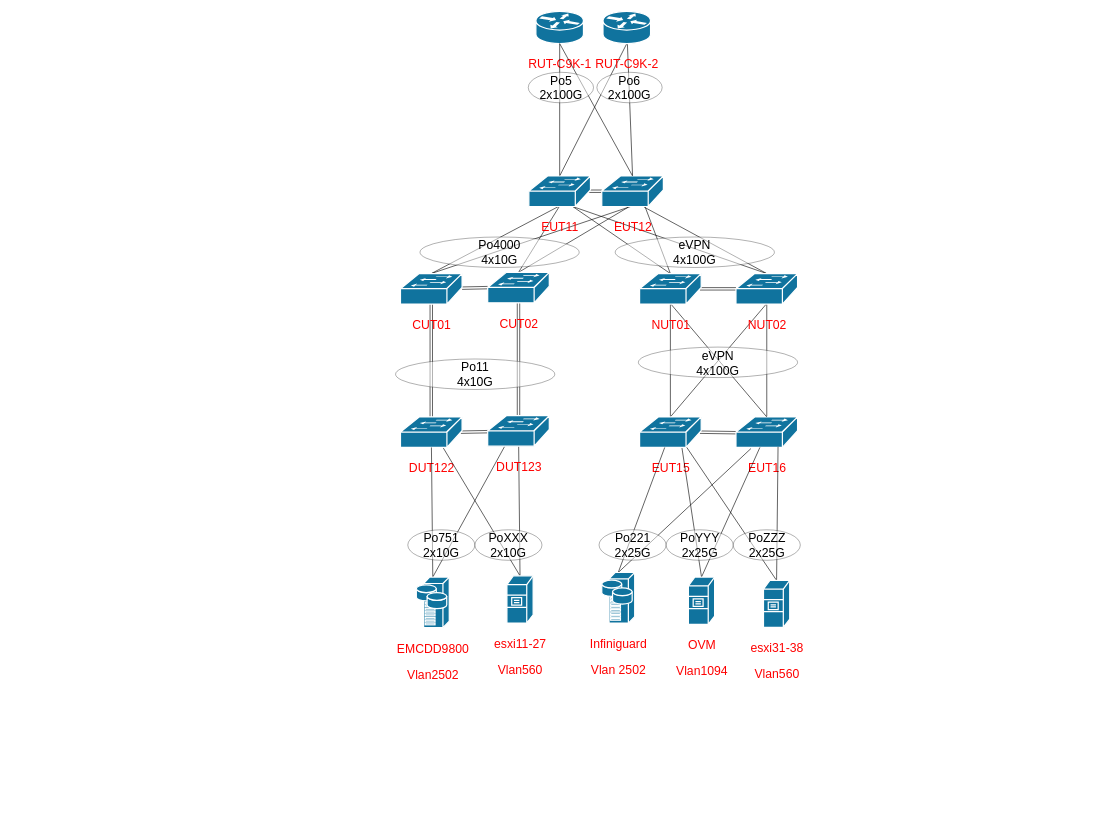
Above: Untitled Diagram.drawio in Kublach/OpenWRT (draw.io), before the change. Source tidied: cells renumbered, new cells numbered last; positions are measured from the earlier drawing's top-left corner, leaving out a move shared by most shapes. Both pictures are drawn from the tidied source at 61%, with x=0, y=0 at pixel (395, 11).
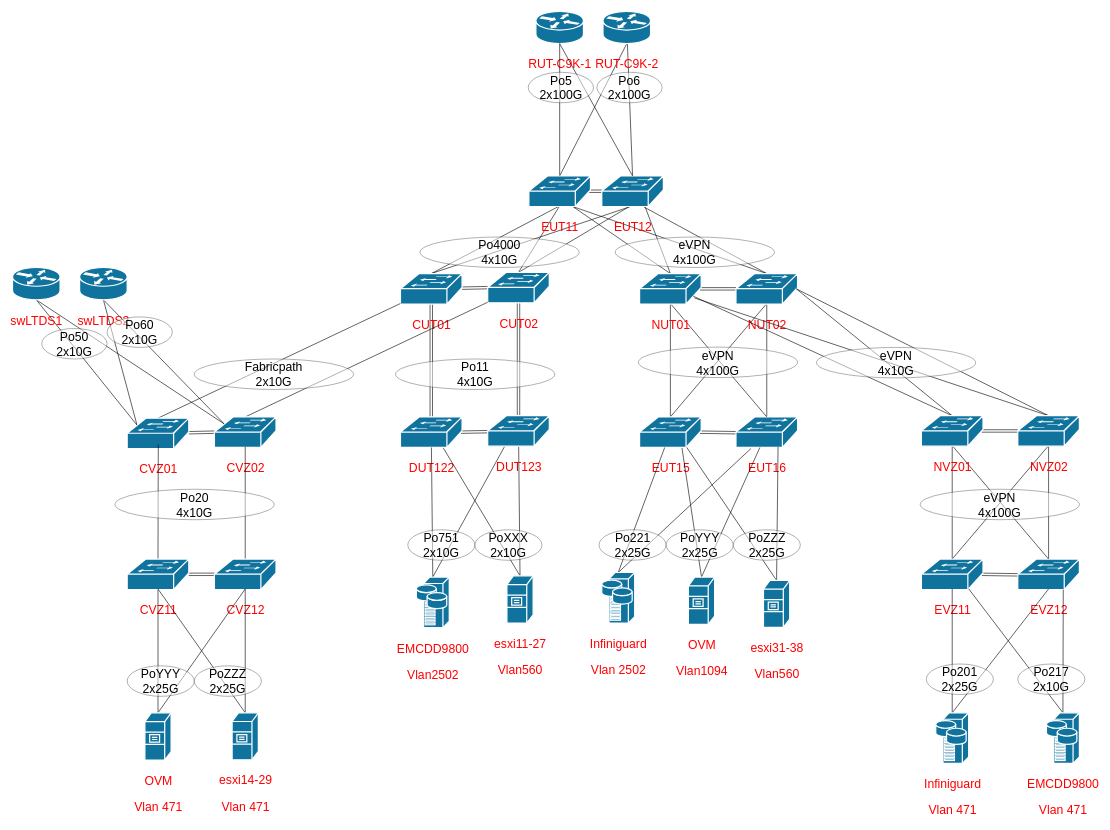
After the change.

The change refers to these unchanged cells:
```xml
<mxCell id="30" value="&lt;span style=&quot;font-size: 20px;&quot;&gt;NUT01&lt;/span&gt;" style="shape=mxgraph.cisco.switches.workgroup_switch;html=1;dashed=0;fillColor=#10739E;strokeColor=#ffffff;strokeWidth=2;verticalLabelPosition=bottom;verticalAlign=top;fontFamily=Helvetica;fontSize=36;fontColor=#FF0000;" parent="1" vertex="1">
  <mxGeometry x="400" y="430" width="101" height="50" as="geometry" />
</mxCell>
<mxCell id="33" value="&lt;span style=&quot;font-size: 20px;&quot;&gt;NUT02&lt;/span&gt;" style="shape=mxgraph.cisco.switches.workgroup_switch;html=1;dashed=0;fillColor=#10739E;strokeColor=#ffffff;strokeWidth=2;verticalLabelPosition=bottom;verticalAlign=top;fontFamily=Helvetica;fontSize=36;fontColor=#FF0000;" parent="1" vertex="1">
  <mxGeometry x="558" y="430" width="101" height="50" as="geometry" />
</mxCell>
<mxCell id="37" value="&lt;font style=&quot;font-size: 20px;&quot;&gt;CUT01&lt;/font&gt;" style="shape=mxgraph.cisco.switches.workgroup_switch;html=1;dashed=0;fillColor=#10739E;strokeColor=#ffffff;strokeWidth=2;verticalLabelPosition=bottom;verticalAlign=top;fontFamily=Helvetica;fontSize=36;fontColor=#FF0000;" parent="1" vertex="1">
  <mxGeometry x="8" y="430" width="101" height="50" as="geometry" />
</mxCell>
<mxCell id="40" value="&lt;span style=&quot;font-size: 20px;&quot;&gt;CUT02&lt;/span&gt;" style="shape=mxgraph.cisco.switches.workgroup_switch;html=1;dashed=0;fillColor=#10739E;strokeColor=#ffffff;strokeWidth=2;verticalLabelPosition=bottom;verticalAlign=top;fontFamily=Helvetica;fontSize=36;fontColor=#FF0000;" parent="1" vertex="1">
  <mxGeometry x="151" y="428" width="101" height="50" as="geometry" />
</mxCell>
```

Diff of the diagram source:
```diff
@@
+    <mxCell id="63" style="edgeStyle=none;shape=link;rounded=0;jettySize=auto;html=1;exitX=0.98;exitY=0.5;exitDx=0;exitDy=0;exitPerimeter=0;entryX=0.086;entryY=0.52;entryDx=0;entryDy=0;entryPerimeter=0;fontSize=20;endArrow=none;endFill=0;fontColor=#FF0000;" parent="1" edge="1" source="66" target="68">
+      <mxGeometry relative="1" as="geometry" />
+    </mxCell>
+    <mxCell id="64" style="edgeStyle=none;rounded=0;jettySize=auto;html=1;exitX=0.5;exitY=0;exitDx=0;exitDy=0;exitPerimeter=0;entryX=0.5;entryY=0.98;entryDx=0;entryDy=0;entryPerimeter=0;fontSize=20;endArrow=none;endFill=0;fontColor=#FF0000;" parent="1" edge="1" source="66" target="76">
+      <mxGeometry relative="1" as="geometry" />
+    </mxCell>
+    <mxCell id="65" style="edgeStyle=none;rounded=0;jettySize=auto;html=1;exitX=0.5;exitY=0;exitDx=0;exitDy=0;exitPerimeter=0;entryX=0.5;entryY=0.98;entryDx=0;entryDy=0;entryPerimeter=0;fontSize=20;endArrow=none;endFill=0;fontColor=#FF0000;" parent="1" edge="1" source="66" target="73">
+      <mxGeometry relative="1" as="geometry" />
+    </mxCell>
+    <mxCell id="66" value="&lt;font style=&quot;font-size: 20px;&quot;&gt;EVZ11&lt;/font&gt;" style="shape=mxgraph.cisco.switches.workgroup_switch;html=1;dashed=0;fillColor=#10739E;strokeColor=#ffffff;strokeWidth=2;verticalLabelPosition=bottom;verticalAlign=top;fontFamily=Helvetica;fontSize=36;fontColor=#FF0000;" parent="1" vertex="1">
+      <mxGeometry x="862" y="898" width="101" height="50" as="geometry" />
+    </mxCell>
+    <mxCell id="67" style="edgeStyle=none;rounded=0;jettySize=auto;html=1;exitX=0.5;exitY=0;exitDx=0;exitDy=0;exitPerimeter=0;fontSize=20;endArrow=none;endFill=0;fontColor=#FF0000;" parent="1" edge="1" source="68" target="76">
+      <mxGeometry relative="1" as="geometry" />
+    </mxCell>
+    <mxCell id="68" value="&lt;span style=&quot;font-size: 20px;&quot;&gt;EVZ12&lt;/span&gt;" style="shape=mxgraph.cisco.switches.workgroup_switch;html=1;dashed=0;fillColor=#10739E;strokeColor=#ffffff;strokeWidth=2;verticalLabelPosition=bottom;verticalAlign=top;fontFamily=Helvetica;fontSize=36;fontColor=#FF0000;" parent="1" vertex="1">
+      <mxGeometry x="1020" y="898" width="101" height="50" as="geometry" />
+    </mxCell>
+    <mxCell id="69" style="edgeStyle=none;shape=link;rounded=0;jettySize=auto;html=1;exitX=0.98;exitY=0.5;exitDx=0;exitDy=0;exitPerimeter=0;entryX=0;entryY=0.5;entryDx=0;entryDy=0;entryPerimeter=0;fontSize=20;endArrow=none;endFill=0;fontColor=#FF0000;" parent="1" edge="1" source="73" target="76">
+      <mxGeometry relative="1" as="geometry" />
+    </mxCell>
+    <mxCell id="70" style="edgeStyle=none;rounded=0;jettySize=auto;html=1;exitX=0.5;exitY=0.98;exitDx=0;exitDy=0;exitPerimeter=0;entryX=0.5;entryY=0;entryDx=0;entryDy=0;entryPerimeter=0;fontSize=20;endArrow=none;endFill=0;fontColor=#FF0000;" parent="1" edge="1" source="73" target="68">
+      <mxGeometry relative="1" as="geometry" />
+    </mxCell>
+    <mxCell id="71" style="rounded=0;jettySize=auto;html=1;exitX=0.5;exitY=0;exitDx=0;exitDy=0;exitPerimeter=0;entryX=0.87;entryY=0.74;entryDx=0;entryDy=0;entryPerimeter=0;endArrow=none;endFill=0;" parent="1" edge="1" source="73" target="30">
+      <mxGeometry relative="1" as="geometry" />
+    </mxCell>
+    <mxCell id="72" style="rounded=0;jettySize=auto;html=1;exitX=0.5;exitY=0;exitDx=0;exitDy=0;exitPerimeter=0;entryX=0.98;entryY=0.5;entryDx=0;entryDy=0;entryPerimeter=0;endArrow=none;endFill=0;" parent="1" edge="1" source="73" target="33">
+      <mxGeometry relative="1" as="geometry" />
+    </mxCell>
+    <mxCell id="73" value="&lt;span style=&quot;font-size: 20px;&quot;&gt;NVZ01&lt;/span&gt;" style="shape=mxgraph.cisco.switches.workgroup_switch;html=1;dashed=0;fillColor=#10739E;strokeColor=#ffffff;strokeWidth=2;verticalLabelPosition=bottom;verticalAlign=top;fontFamily=Helvetica;fontSize=36;fontColor=#FF0000;" parent="1" vertex="1">
+      <mxGeometry x="862" y="663" width="101" height="50" as="geometry" />
+    </mxCell>
+    <mxCell id="74" style="rounded=0;jettySize=auto;html=1;exitX=0.5;exitY=0;exitDx=0;exitDy=0;exitPerimeter=0;endArrow=none;endFill=0;" parent="1" edge="1" source="76">
+      <mxGeometry relative="1" as="geometry">
+        <mxPoint x="490" y="470" as="targetPoint" />
+      </mxGeometry>
+    </mxCell>
+    <mxCell id="75" style="rounded=0;jettySize=auto;html=1;exitX=0.5;exitY=0;exitDx=0;exitDy=0;exitPerimeter=0;entryX=0.98;entryY=0.5;entryDx=0;entryDy=0;entryPerimeter=0;endArrow=none;endFill=0;" parent="1" edge="1" source="76" target="33">
+      <mxGeometry relative="1" as="geometry" />
+    </mxCell>
+    <mxCell id="76" value="&lt;span style=&quot;font-size: 20px;&quot;&gt;NVZ02&lt;/span&gt;" style="shape=mxgraph.cisco.switches.workgroup_switch;html=1;dashed=0;fillColor=#10739E;strokeColor=#ffffff;strokeWidth=2;verticalLabelPosition=bottom;verticalAlign=top;fontFamily=Helvetica;fontSize=36;fontColor=#FF0000;" parent="1" vertex="1">
+      <mxGeometry x="1020" y="663" width="101" height="50" as="geometry" />
+    </mxCell>
+    <mxCell id="77" value="eVPN&lt;br&gt;4x100G" style="ellipse;whiteSpace=wrap;html=1;fontSize=20;opacity=50;fontColor=#000000;" parent="1" vertex="1">
+      <mxGeometry x="860" y="783.5" width="261" height="50" as="geometry" />
+    </mxCell>
+    <mxCell id="78" value="eVPN&lt;br&gt;4x10G" style="ellipse;whiteSpace=wrap;html=1;fontSize=20;opacity=50;fontColor=#000000;" parent="1" vertex="1">
+      <mxGeometry x="690" y="551" width="261" height="50" as="geometry" />
+    </mxCell>
+    <mxCell id="79" style="rounded=0;jettySize=auto;html=1;exitX=0.5;exitY=0;exitDx=0;exitDy=0;exitPerimeter=0;entryX=0.5;entryY=0.98;entryDx=0;entryDy=0;entryPerimeter=0;endArrow=none;endFill=0;" parent="1" edge="1" source="81" target="66">
+      <mxGeometry relative="1" as="geometry" />
+    </mxCell>
+    <mxCell id="80" style="rounded=0;jettySize=auto;html=1;exitX=0.5;exitY=0;exitDx=0;exitDy=0;exitPerimeter=0;entryX=0.5;entryY=0.98;entryDx=0;entryDy=0;entryPerimeter=0;endArrow=none;endFill=0;" parent="1" edge="1" source="81" target="68">
+      <mxGeometry relative="1" as="geometry" />
+    </mxCell>
+    <mxCell id="81" value="&lt;font style=&quot;font-size: 20px;&quot;&gt;Infiniguard&lt;br&gt;Vlan 471&lt;br&gt;&lt;/font&gt;" style="shape=mxgraph.cisco.servers.storage_server;html=1;dashed=0;fillColor=#10739E;strokeColor=#ffffff;strokeWidth=2;verticalLabelPosition=bottom;verticalAlign=top;fontFamily=Helvetica;fontSize=36;fontColor=#FF0000;" parent="1" vertex="1">
+      <mxGeometry x="885.5" y="1150" width="54" height="83" as="geometry" />
+    </mxCell>
+    <mxCell id="82" style="rounded=0;jettySize=auto;html=1;exitX=0.5;exitY=0;exitDx=0;exitDy=0;exitPerimeter=0;entryX=0.767;entryY=0.975;entryDx=0;entryDy=0;entryPerimeter=0;endArrow=none;endFill=0;" parent="1" edge="1" source="84" target="66">
+      <mxGeometry relative="1" as="geometry" />
+    </mxCell>
+    <mxCell id="83" style="rounded=0;jettySize=auto;html=1;exitX=0.5;exitY=0;exitDx=0;exitDy=0;exitPerimeter=0;entryX=0.738;entryY=1;entryDx=0;entryDy=0;entryPerimeter=0;endArrow=none;endFill=0;" parent="1" edge="1" source="84" target="68">
+      <mxGeometry relative="1" as="geometry" />
+    </mxCell>
+    <mxCell id="84" value="&lt;font style=&quot;font-size: 20px;&quot;&gt;EMCDD9800&lt;br&gt;Vlan 471&lt;br&gt;&lt;/font&gt;" style="shape=mxgraph.cisco.servers.storage_server;html=1;dashed=0;fillColor=#10739E;strokeColor=#ffffff;strokeWidth=2;verticalLabelPosition=bottom;verticalAlign=top;fontFamily=Helvetica;fontSize=36;fontColor=#FF0000;" parent="1" vertex="1">
+      <mxGeometry x="1067" y="1150" width="54" height="83" as="geometry" />
+    </mxCell>
+    <mxCell id="85" value="Po201&lt;br&gt;2x25G" style="ellipse;whiteSpace=wrap;html=1;fontSize=20;opacity=50;fontColor=#000000;" parent="1" vertex="1">
+      <mxGeometry x="870" y="1070" width="110" height="50" as="geometry" />
+    </mxCell>
+    <mxCell id="86" value="Po217&lt;br&gt;2x10G" style="ellipse;whiteSpace=wrap;html=1;fontSize=20;opacity=50;fontColor=#000000;" parent="1" vertex="1">
+      <mxGeometry x="1020" y="1070" width="110" height="50" as="geometry" />
+    </mxCell>
+    <mxCell id="87" style="edgeStyle=none;shape=link;rounded=0;jettySize=auto;html=1;entryX=0;entryY=0.5;entryDx=0;entryDy=0;entryPerimeter=0;fontSize=20;endArrow=none;endFill=0;fontColor=#FF0000;" parent="1" edge="1" source="90" target="93">
+      <mxGeometry relative="1" as="geometry" />
+    </mxCell>
+    <mxCell id="88" style="rounded=0;jettySize=auto;html=1;exitX=0.5;exitY=0;exitDx=0;exitDy=0;exitPerimeter=0;entryX=0;entryY=0.98;entryDx=0;entryDy=0;entryPerimeter=0;endArrow=none;endFill=0;" parent="1" edge="1" source="90" target="37">
+      <mxGeometry relative="1" as="geometry" />
+    </mxCell>
+    <mxCell id="89" style="rounded=0;jettySize=auto;html=1;exitX=0.16;exitY=0.23;exitDx=0;exitDy=0;exitPerimeter=0;entryX=0.5;entryY=1;entryDx=0;entryDy=0;entryPerimeter=0;endArrow=none;endFill=0;" parent="1" edge="1" source="90" target="112">
+      <mxGeometry relative="1" as="geometry" />
+    </mxCell>
+    <mxCell id="90" value="&lt;span style=&quot;font-size: 20px;&quot;&gt;CVZ01&lt;/span&gt;" style="shape=mxgraph.cisco.switches.workgroup_switch;html=1;dashed=0;fillColor=#10739E;strokeColor=#ffffff;strokeWidth=2;verticalLabelPosition=bottom;verticalAlign=top;fontFamily=Helvetica;fontSize=36;fontColor=#FF0000;" parent="1" vertex="1">
+      <mxGeometry x="-440" y="667" width="101" height="50" as="geometry" />
+    </mxCell>
+    <mxCell id="91" style="rounded=0;jettySize=auto;html=1;exitX=0.5;exitY=0;exitDx=0;exitDy=0;exitPerimeter=0;entryX=0;entryY=0.98;entryDx=0;entryDy=0;entryPerimeter=0;endArrow=none;endFill=0;" parent="1" edge="1" source="93" target="40">
+      <mxGeometry relative="1" as="geometry" />
+    </mxCell>
+    <mxCell id="92" style="rounded=0;jettySize=auto;html=1;exitX=0.16;exitY=0.23;exitDx=0;exitDy=0;exitPerimeter=0;endArrow=none;endFill=0;entryX=0.5;entryY=1;entryDx=0;entryDy=0;entryPerimeter=0;" parent="1" edge="1" source="93" target="112">
+      <mxGeometry relative="1" as="geometry" />
+    </mxCell>
+    <mxCell id="93" value="&lt;span style=&quot;font-size: 20px;&quot;&gt;CVZ02&lt;/span&gt;" style="shape=mxgraph.cisco.switches.workgroup_switch;html=1;dashed=0;fillColor=#10739E;strokeColor=#ffffff;strokeWidth=2;verticalLabelPosition=bottom;verticalAlign=top;fontFamily=Helvetica;fontSize=36;fontColor=#FF0000;" parent="1" vertex="1">
+      <mxGeometry x="-297" y="665" width="101" height="50" as="geometry" />
+    </mxCell>
+    <mxCell id="94" value="Fabricpath&lt;br&gt;2x10G" style="ellipse;whiteSpace=wrap;html=1;fontSize=20;opacity=50;fontColor=#000000;" parent="1" vertex="1">
+      <mxGeometry x="-330" y="570" width="261" height="50" as="geometry" />
+    </mxCell>
+    <mxCell id="95" style="edgeStyle=none;shape=link;rounded=0;jettySize=auto;html=1;entryX=0;entryY=0.5;entryDx=0;entryDy=0;entryPerimeter=0;fontSize=20;endArrow=none;endFill=0;fontColor=#FF0000;" parent="1" edge="1" source="97" target="99">
+      <mxGeometry relative="1" as="geometry" />
+    </mxCell>
+    <mxCell id="96" style="rounded=0;jettySize=auto;html=1;exitX=0.5;exitY=0;exitDx=0;exitDy=0;exitPerimeter=0;endArrow=none;endFill=0;" parent="1" edge="1" source="97">
+      <mxGeometry relative="1" as="geometry">
+        <mxPoint x="-389" y="710" as="targetPoint" />
+      </mxGeometry>
+    </mxCell>
+    <mxCell id="97" value="&lt;span style=&quot;font-size: 20px;&quot;&gt;CVZ11&lt;/span&gt;" style="shape=mxgraph.cisco.switches.workgroup_switch;html=1;dashed=0;fillColor=#10739E;strokeColor=#ffffff;strokeWidth=2;verticalLabelPosition=bottom;verticalAlign=top;fontFamily=Helvetica;fontSize=36;fontColor=#FF0000;" parent="1" vertex="1">
+      <mxGeometry x="-440" y="898" width="101" height="50" as="geometry" />
+    </mxCell>
+    <mxCell id="98" style="rounded=0;jettySize=auto;html=1;exitX=0.5;exitY=0;exitDx=0;exitDy=0;exitPerimeter=0;entryX=0.5;entryY=0.98;entryDx=0;entryDy=0;entryPerimeter=0;endArrow=none;endFill=0;" parent="1" edge="1" source="99" target="93">
+      <mxGeometry relative="1" as="geometry" />
+    </mxCell>
+    <mxCell id="99" value="&lt;span style=&quot;font-size: 20px;&quot;&gt;CVZ12&lt;/span&gt;" style="shape=mxgraph.cisco.switches.workgroup_switch;html=1;dashed=0;fillColor=#10739E;strokeColor=#ffffff;strokeWidth=2;verticalLabelPosition=bottom;verticalAlign=top;fontFamily=Helvetica;fontSize=36;fontColor=#FF0000;" parent="1" vertex="1">
+      <mxGeometry x="-297" y="898" width="101" height="50" as="geometry" />
+    </mxCell>
+    <mxCell id="100" value="Po20&lt;br&gt;4x10G" style="ellipse;whiteSpace=wrap;html=1;fontSize=20;opacity=50;fontColor=#000000;" parent="1" vertex="1">
+      <mxGeometry x="-460" y="783.5" width="261" height="50" as="geometry" />
+    </mxCell>
+    <mxCell id="101" style="rounded=0;jettySize=auto;html=1;exitX=0.5;exitY=0;exitDx=0;exitDy=0;exitPerimeter=0;endArrow=none;endFill=0;" parent="1" edge="1" source="103" target="97">
+      <mxGeometry relative="1" as="geometry" />
+    </mxCell>
+    <mxCell id="102" style="rounded=0;jettySize=auto;html=1;exitX=0.5;exitY=0;exitDx=0;exitDy=0;exitPerimeter=0;entryX=0.5;entryY=0.98;entryDx=0;entryDy=0;entryPerimeter=0;endArrow=none;endFill=0;" parent="1" edge="1" source="103" target="99">
+      <mxGeometry relative="1" as="geometry" />
+    </mxCell>
+    <mxCell id="103" value="&lt;span style=&quot;font-size: 20px;&quot;&gt;OVM&lt;br&gt;Vlan 471&lt;br&gt;&lt;/span&gt;" style="shape=mxgraph.cisco.servers.file_server;html=1;dashed=0;fillColor=#10739E;strokeColor=#ffffff;strokeWidth=2;verticalLabelPosition=bottom;verticalAlign=top;fontFamily=Helvetica;fontSize=36;fontColor=#FF0000;" parent="1" vertex="1">
+      <mxGeometry x="-411" y="1150" width="43" height="77.5" as="geometry" />
+    </mxCell>
+    <mxCell id="104" value="PoYYY&lt;br style=&quot;border-color: var(--border-color);&quot;&gt;2x25G" style="ellipse;whiteSpace=wrap;html=1;fontSize=20;opacity=50;fontColor=#000000;" parent="1" vertex="1">
+      <mxGeometry x="-440" y="1073" width="110" height="50" as="geometry" />
+    </mxCell>
+    <mxCell id="105" style="rounded=0;jettySize=auto;html=1;exitX=0.5;exitY=0;exitDx=0;exitDy=0;exitPerimeter=0;entryX=0.5;entryY=0.98;entryDx=0;entryDy=0;entryPerimeter=0;endArrow=none;endFill=0;" parent="1" edge="1" source="107" target="97">
+      <mxGeometry relative="1" as="geometry" />
+    </mxCell>
+    <mxCell id="106" style="rounded=0;jettySize=auto;html=1;exitX=0.5;exitY=0;exitDx=0;exitDy=0;exitPerimeter=0;entryX=0.5;entryY=0.98;entryDx=0;entryDy=0;entryPerimeter=0;endArrow=none;endFill=0;" parent="1" edge="1" source="107" target="99">
+      <mxGeometry relative="1" as="geometry" />
+    </mxCell>
+    <mxCell id="107" value="&lt;font style=&quot;font-size: 20px;&quot;&gt;esxi14-29&lt;br&gt;Vlan 471&lt;br&gt;&lt;/font&gt;" style="shape=mxgraph.cisco.servers.file_server;html=1;dashed=0;fillColor=#10739E;strokeColor=#ffffff;strokeWidth=2;verticalLabelPosition=bottom;verticalAlign=top;fontFamily=Helvetica;fontSize=36;fontColor=#FF0000;" parent="1" vertex="1">
+      <mxGeometry x="-268" y="1150" width="43" height="77" as="geometry" />
+    </mxCell>
+    <mxCell id="108" value="PoZZZ&lt;br style=&quot;border-color: var(--border-color);&quot;&gt;2x25G" style="ellipse;whiteSpace=wrap;html=1;fontSize=20;opacity=50;fontColor=#000000;" parent="1" vertex="1">
+      <mxGeometry x="-330" y="1073" width="110" height="50" as="geometry" />
+    </mxCell>
+    <mxCell id="109" style="rounded=0;jettySize=auto;html=1;exitX=0.5;exitY=1;exitDx=0;exitDy=0;exitPerimeter=0;entryX=0.16;entryY=0.23;entryDx=0;entryDy=0;entryPerimeter=0;endArrow=none;endFill=0;" parent="1" edge="1" source="111" target="90">
+      <mxGeometry relative="1" as="geometry" />
+    </mxCell>
+    <mxCell id="110" style="rounded=0;jettySize=auto;html=1;exitX=0.5;exitY=1;exitDx=0;exitDy=0;exitPerimeter=0;entryX=0.16;entryY=0.23;entryDx=0;entryDy=0;entryPerimeter=0;endArrow=none;endFill=0;" parent="1" edge="1" source="111" target="93">
+      <mxGeometry relative="1" as="geometry" />
+    </mxCell>
+    <mxCell id="111" value="&lt;span style=&quot;font-size: 20px;&quot;&gt;swLTDS1&lt;br&gt;&lt;/span&gt;" style="shape=mxgraph.cisco.routers.router;html=1;dashed=0;fillColor=#10739E;strokeColor=#ffffff;strokeWidth=2;verticalLabelPosition=bottom;verticalAlign=top;fontFamily=Helvetica;fontSize=36;fontColor=#FF0000;" parent="1" vertex="1">
+      <mxGeometry x="-628" y="420" width="78" height="53" as="geometry" />
+    </mxCell>
+    <mxCell id="112" value="&lt;span style=&quot;font-size: 20px;&quot;&gt;swLTDS2&lt;/span&gt;" style="shape=mxgraph.cisco.routers.router;html=1;dashed=0;fillColor=#10739E;strokeColor=#ffffff;strokeWidth=2;verticalLabelPosition=bottom;verticalAlign=top;fontFamily=Helvetica;fontSize=36;fontColor=#FF0000;" parent="1" vertex="1">
+      <mxGeometry x="-518" y="420" width="78" height="53" as="geometry" />
+    </mxCell>
+    <mxCell id="113" value="Po50&lt;br&gt;2x10G" style="ellipse;whiteSpace=wrap;html=1;fontSize=20;opacity=50;fontColor=#000000;" parent="1" vertex="1">
+      <mxGeometry x="-580" y="520" width="107" height="50" as="geometry" />
+    </mxCell>
+    <mxCell id="114" value="Po60&lt;br&gt;2x10G" style="ellipse;whiteSpace=wrap;html=1;fontSize=20;opacity=50;fontColor=#000000;" parent="1" vertex="1">
+      <mxGeometry x="-473" y="501" width="107" height="50" as="geometry" />
+    </mxCell>
```
